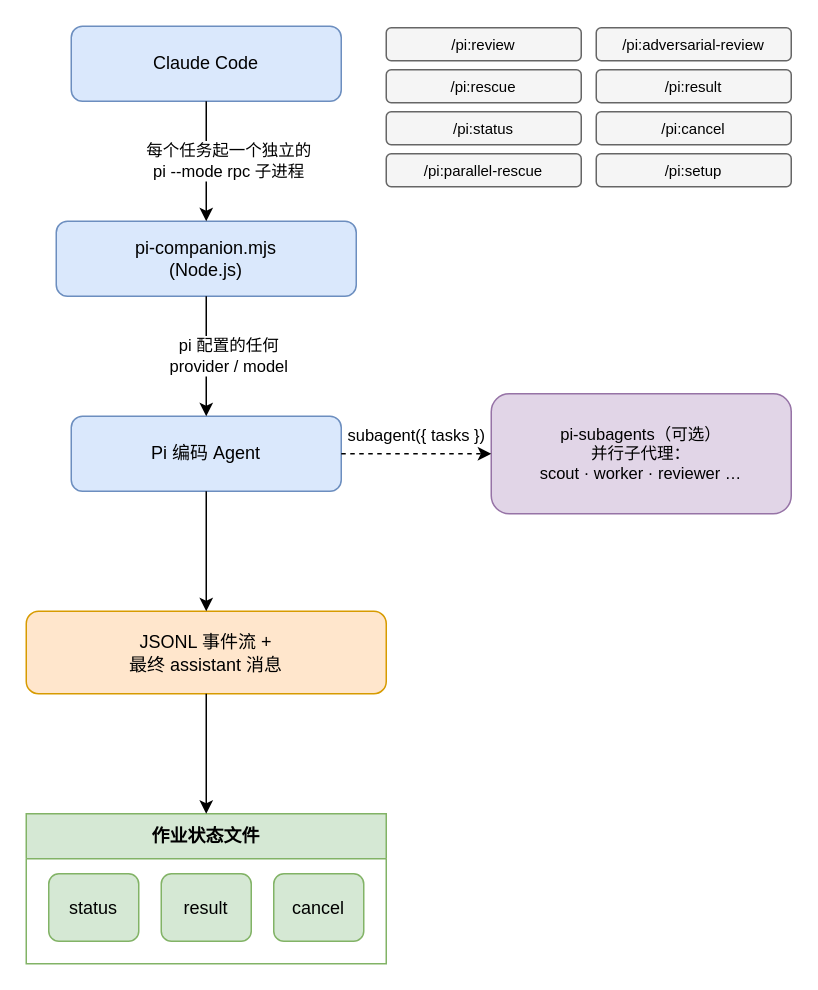
Above: docs/pi-plugin-cc-workflow_CN.drawio in LightningLeader/pi-codex-plugin (draw.io), before the change. Source tidied: cells renumbered, new cells numbered last; positions are measured from the earlier drawing's top-left corner, leaving out a move shared by most shapes. Both pictures are drawn from the tidied source at 150%, with x=0, y=0 at pixel (26, 26).
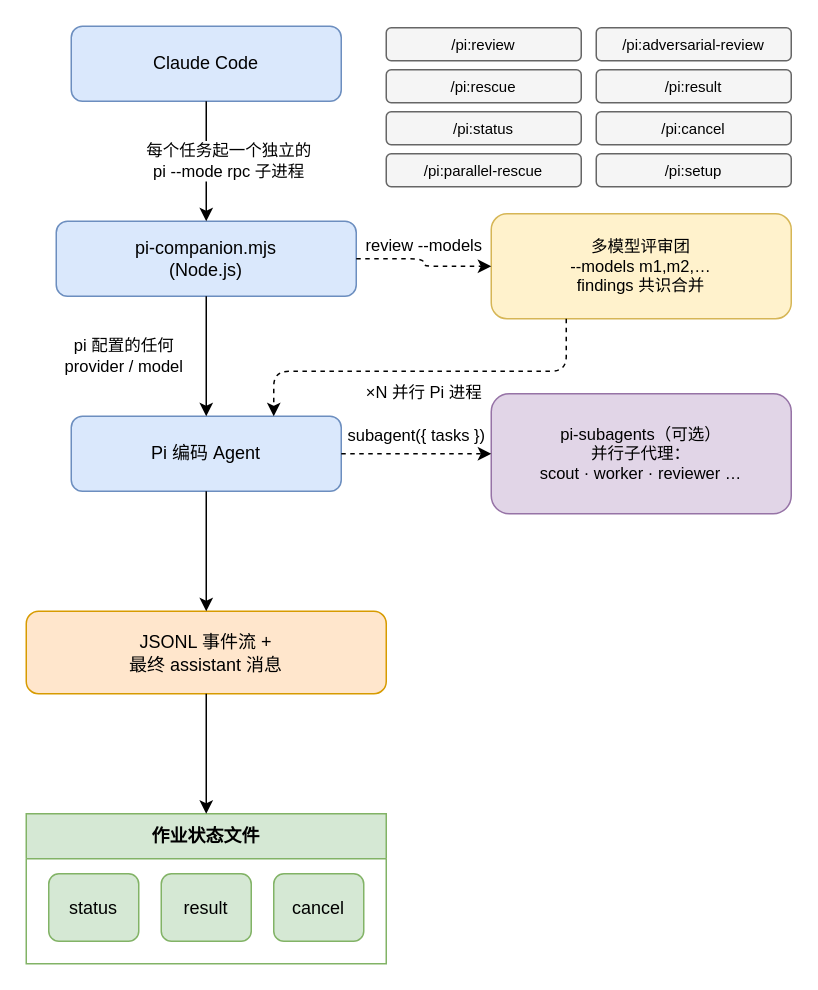
After the change.

Commit message (it also covers changes not shown here):
docs: workflow diagrams gain multi-model panel; compress PNGs; tidy root

Unchanged cells that the change refers to:
```xml
<mxCell id="11" value="pi-companion.mjs&#10;(Node.js)" style="rounded=1;whiteSpace=wrap;html=1;fillColor=#dae8fc;strokeColor=#6c8ebf;" parent="1" vertex="1">
  <mxGeometry x="20" y="130" width="200" height="50" as="geometry" />
</mxCell>
<mxCell id="12" value="Pi 编码 Agent" style="rounded=1;whiteSpace=wrap;html=1;fillColor=#dae8fc;strokeColor=#6c8ebf;" parent="1" vertex="1">
  <mxGeometry x="30" y="260" width="180" height="50" as="geometry" />
</mxCell>
```

What changed in the source:
```diff
@@
     <mxCell id="19" value="pi 配置的任何&#10;provider / model" style="edgeStyle=orthogonalEdgeStyle;rounded=1;jettySize=auto;html=1;exitX=0.5;exitY=1;exitDx=0;exitDy=0;entryX=0.5;entryY=0;entryDx=0;entryDy=0;flowAnimation=1;labelBackgroundColor=#ffffff;fontSize=11;" parent="1" edge="1" source="11" target="12">
       <mxGeometry relative="1" as="geometry">
-        <mxPoint x="15" as="offset" />
+        <mxPoint x="-55" as="offset" />
       </mxGeometry>
     </mxCell>
@@
+    <mxCell id="24" value="多模型评审团&#10;--models m1,m2,…&#10;findings 共识合并" style="rounded=1;whiteSpace=wrap;html=1;fillColor=#fff2cc;strokeColor=#d6b656;fontSize=11;" parent="1" vertex="1">
+      <mxGeometry x="310" y="125" width="200" height="70" as="geometry" />
+    </mxCell>
+    <mxCell id="25" value="review --models" style="edgeStyle=orthogonalEdgeStyle;rounded=1;jettySize=auto;html=1;exitX=1;exitY=0.5;exitDx=0;exitDy=0;entryX=0;entryY=0.5;entryDx=0;entryDy=0;flowAnimation=1;labelBackgroundColor=#ffffff;fontSize=11;dashed=1;" parent="1" edge="1" source="11" target="24">
+      <mxGeometry relative="1" as="geometry">
+        <mxPoint y="-12" as="offset" />
+      </mxGeometry>
+    </mxCell>
+    <mxCell id="26" value="×N 并行 Pi 进程" style="edgeStyle=orthogonalEdgeStyle;rounded=1;jettySize=auto;html=1;exitX=0.25;exitY=1;exitDx=0;exitDy=0;entryX=0.75;entryY=0;entryDx=0;entryDy=0;flowAnimation=1;labelBackgroundColor=#ffffff;fontSize=11;dashed=1;" parent="1" edge="1" source="24" target="12">
+      <mxGeometry relative="1" as="geometry">
+        <Array as="points">
+          <mxPoint x="360" y="230" />
+          <mxPoint x="165" y="230" />
+        </Array>
+        <mxPoint y="14" as="offset" />
+      </mxGeometry>
+    </mxCell>
```
